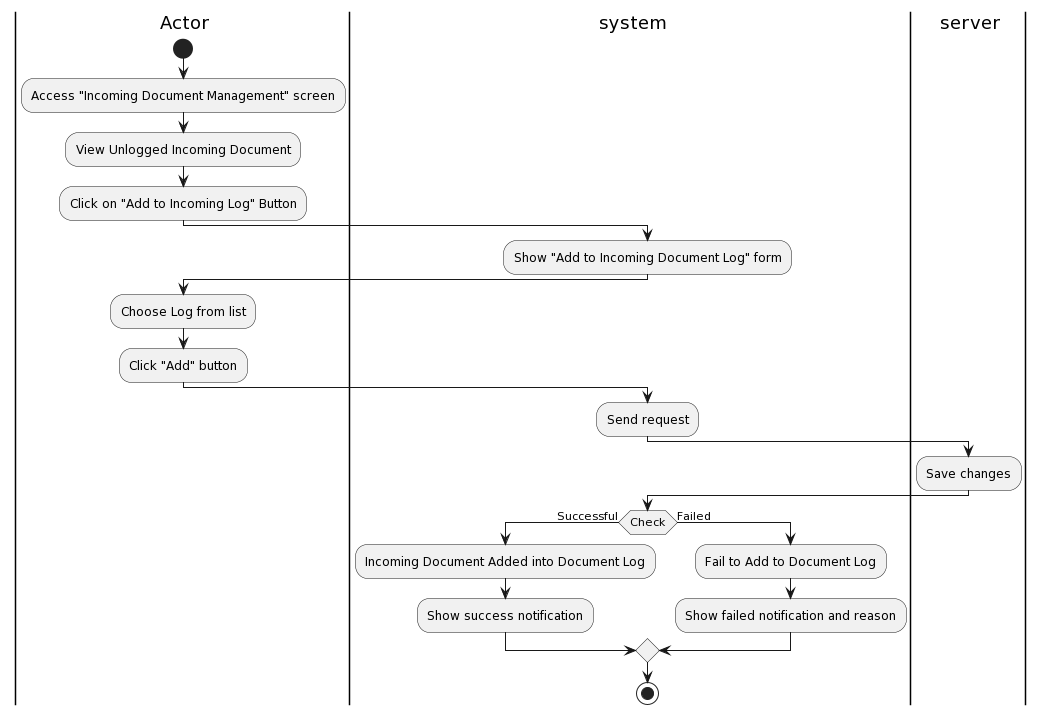
Earlier version of the PlantUML export Lab1/Lab1.2/Activity Diagram/IncomingDocument/AddIncomingDocumentintoDocumentLog/AddIncomingDocumentintoDocumentLog.png (khoapham1003/SE357-Pratice-class).
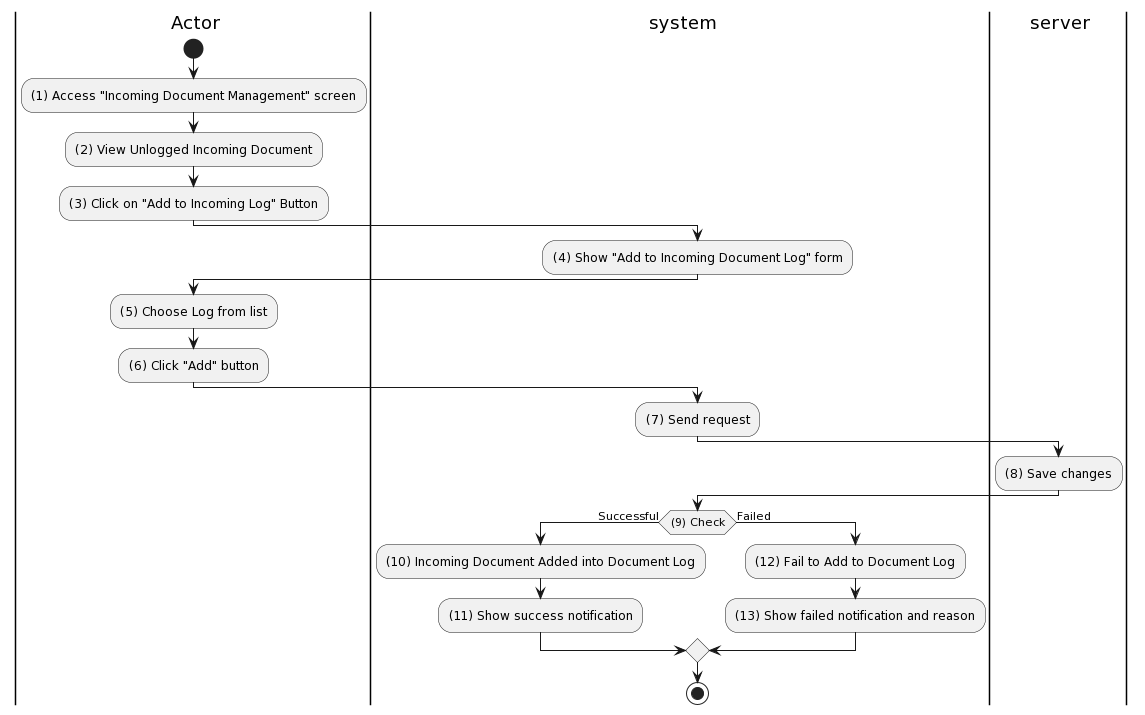
After the change.

Diff of the diagram source:
```diff
@@ -4,25 +4,25 @@
 |ser| server
 |a|
 start
-:Access "Incoming Document Management" screen;
-:View Unlogged Incoming Document;
-:Click on "Add to Incoming Log" Button;
+:(1) Access "Incoming Document Management" screen;
+:(2) View Unlogged Incoming Document;
+:(3) Click on "Add to Incoming Log" Button;
 |sys|
-:Show "Add to Incoming Document Log" form;
+:(4) Show "Add to Incoming Document Log" form;
 |a|
-:Choose Log from list;
-:Click "Add" button;
+:(5) Choose Log from list;
+:(6) Click "Add" button;
 |sys|
-:Send request;
+:(7) Send request;
 |ser|
-:Save changes;
+:(8) Save changes;
 |sys|
-if(Check) then (Successful)
-:Incoming Document Added into Document Log;
-:Show success notification;
+if((9) Check) then (Successful)
+:(10) Incoming Document Added into Document Log;
+:(11) Show success notification;
 else (Failed)
-:Fail to Add to Document Log;
-:Show failed notification and reason;
+:(12) Fail to Add to Document Log;
+:(13) Show failed notification and reason;
 endif
 
 stop
```
